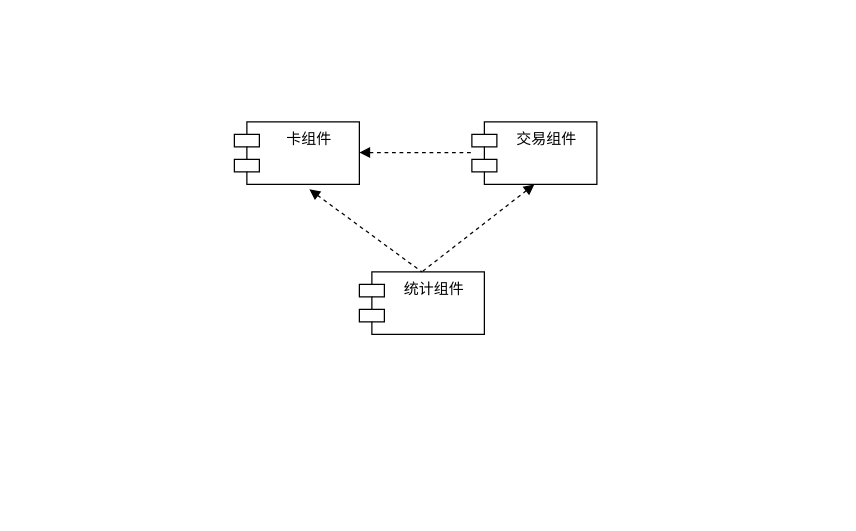
Before: time.geekbang/卡注册组件.drawio in chenlongqiang/draw.io, a draw.io diagram. Source tidied: cells renumbered, new cells numbered last; positions are measured from the earlier drawing's top-left corner, leaving out a move shared by most shapes. Both pictures are drawn from the tidied source at 125%, with x=0, y=0 at pixel (234, 121).
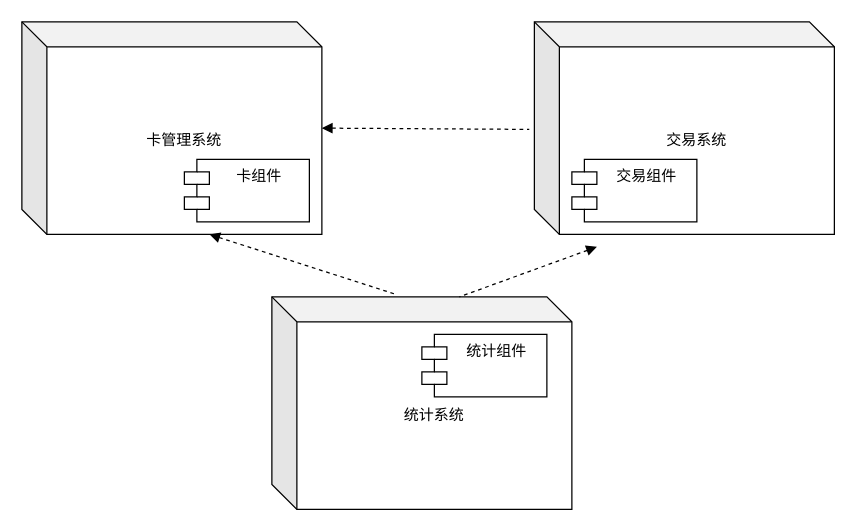
The same page after the edit.

Commit message (it also covers changes not shown here):
更新卡注册组件.drawio

The edit, as a diff of the source:
```diff
@@
 <mxGraphModel background="#ffffff">
   <root>
     <mxCell id="0" />
     <mxCell id="1" parent="0" />
+    <mxCell id="8" value="统计系统" style="shape=cube;whiteSpace=wrap;html=1;boundedLbl=1;backgroundOutline=1;darkOpacity=0.05;darkOpacity2=0.1;" parent="1" vertex="1">
+      <mxGeometry x="30" y="140" width="240" height="170" as="geometry" />
+    </mxCell>
+    <mxCell id="9" value="交易系统" style="shape=cube;whiteSpace=wrap;html=1;boundedLbl=1;backgroundOutline=1;darkOpacity=0.05;darkOpacity2=0.1;" parent="1" vertex="1">
+      <mxGeometry x="240" y="-80" width="240" height="170" as="geometry" />
+    </mxCell>
+    <mxCell id="10" value="卡管理系统" style="shape=cube;whiteSpace=wrap;html=1;boundedLbl=1;backgroundOutline=1;darkOpacity=0.05;darkOpacity2=0.1;" parent="1" vertex="1">
+      <mxGeometry x="-170" y="-80" width="240" height="170" as="geometry" />
+    </mxCell>
     <mxCell id="2" value="卡组件" style="shape=module;align=left;spacingLeft=20;align=center;verticalAlign=top;" parent="1" vertex="1">
-      <mxGeometry width="100" height="50" as="geometry" />
+      <mxGeometry x="-40" y="30" width="100" height="50" as="geometry" />
     </mxCell>
     <mxCell id="3" value="交易组件" style="shape=module;align=left;spacingLeft=20;align=center;verticalAlign=top;" parent="1" vertex="1">
-      <mxGeometry x="190" width="100" height="50" as="geometry" />
+      <mxGeometry x="270" y="30" width="100" height="50" as="geometry" />
     </mxCell>
-    <mxCell id="4" style="html=1;verticalAlign=bottom;endArrow=none;dashed=1;startArrow=block;startFill=1;endFill=0;" parent="1" edge="1">
-      <mxGeometry relative="1" as="geometry">
-        <mxPoint x="100" y="24.5" as="sourcePoint" />
-        <mxPoint x="190" y="24.5" as="targetPoint" />
-      </mxGeometry>
+    <mxCell id="4" style="html=1;verticalAlign=bottom;endArrow=none;dashed=1;startArrow=block;startFill=1;endFill=0;entryX=-0.017;entryY=0.506;entryDx=0;entryDy=0;entryPerimeter=0;exitX=1;exitY=0.5;exitDx=0;exitDy=0;exitPerimeter=0;" parent="1" edge="1" source="10" target="9">
+      <mxGeometry relative="1" as="geometry" />
     </mxCell>
     <mxCell id="5" value="统计组件" style="shape=module;align=left;spacingLeft=20;align=center;verticalAlign=top;" parent="1" vertex="1">
-      <mxGeometry x="100" y="120" width="100" height="50" as="geometry" />
+      <mxGeometry x="150" y="170" width="100" height="50" as="geometry" />
     </mxCell>
-    <mxCell id="6" style="html=1;verticalAlign=bottom;endArrow=none;dashed=1;startArrow=block;startFill=1;endFill=0;entryX=0.5;entryY=0;entryDx=0;entryDy=0;exitX=0.6;exitY=1.08;exitDx=0;exitDy=0;exitPerimeter=0;" parent="1" edge="1" source="2" target="5">
+    <mxCell id="6" style="html=1;verticalAlign=bottom;endArrow=none;dashed=1;startArrow=block;startFill=1;endFill=0;exitX=0.625;exitY=1;exitDx=0;exitDy=0;exitPerimeter=0;entryX=0.413;entryY=-0.012;entryDx=0;entryDy=0;entryPerimeter=0;" parent="1" edge="1" source="10" target="8">
       <mxGeometry relative="1" as="geometry" />
     </mxCell>
-    <mxCell id="7" style="html=1;verticalAlign=bottom;endArrow=none;dashed=1;startArrow=block;startFill=1;endFill=0;entryX=0.5;entryY=0;entryDx=0;entryDy=0;" parent="1" edge="1">
+    <mxCell id="7" style="html=1;verticalAlign=bottom;endArrow=none;dashed=1;startArrow=block;startFill=1;endFill=0;" parent="1" edge="1">
       <mxGeometry relative="1" as="geometry">
-        <mxPoint x="240" y="50" as="sourcePoint" />
-        <mxPoint x="150" y="120" as="targetPoint" />
+        <mxPoint x="290" y="100" as="sourcePoint" />
+        <mxPoint x="180" y="140" as="targetPoint" />
       </mxGeometry>
     </mxCell>
   </root>
 </mxGraphModel>
```
